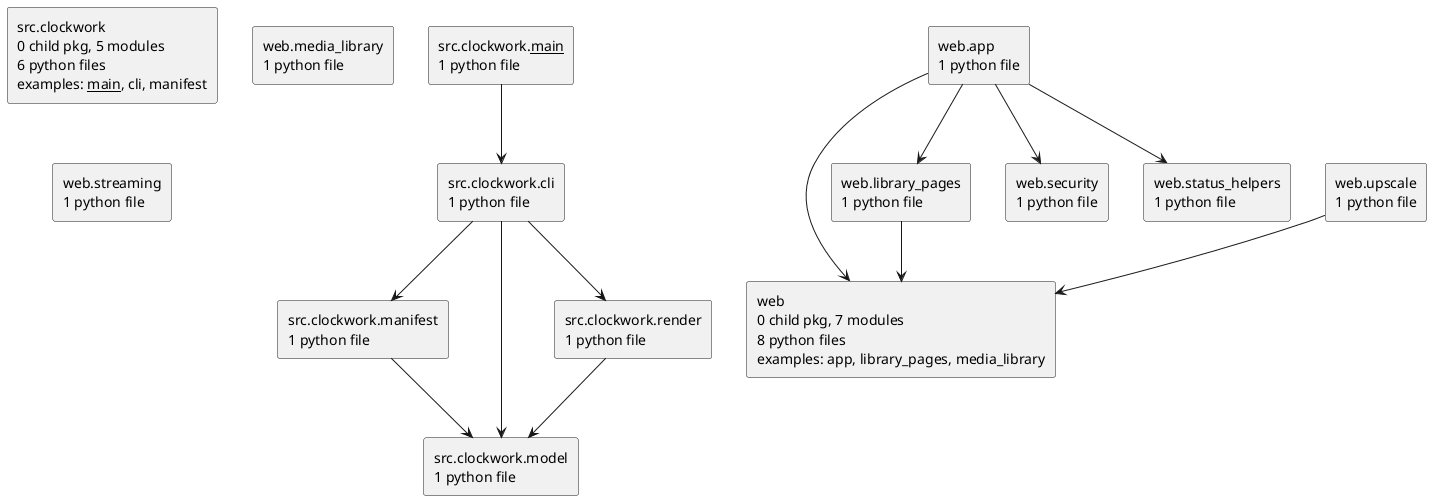
casonk/clockwork keeps this PlantUML diagram as docs/diagrams/python-packages.puml.png. Above is the earlier version.
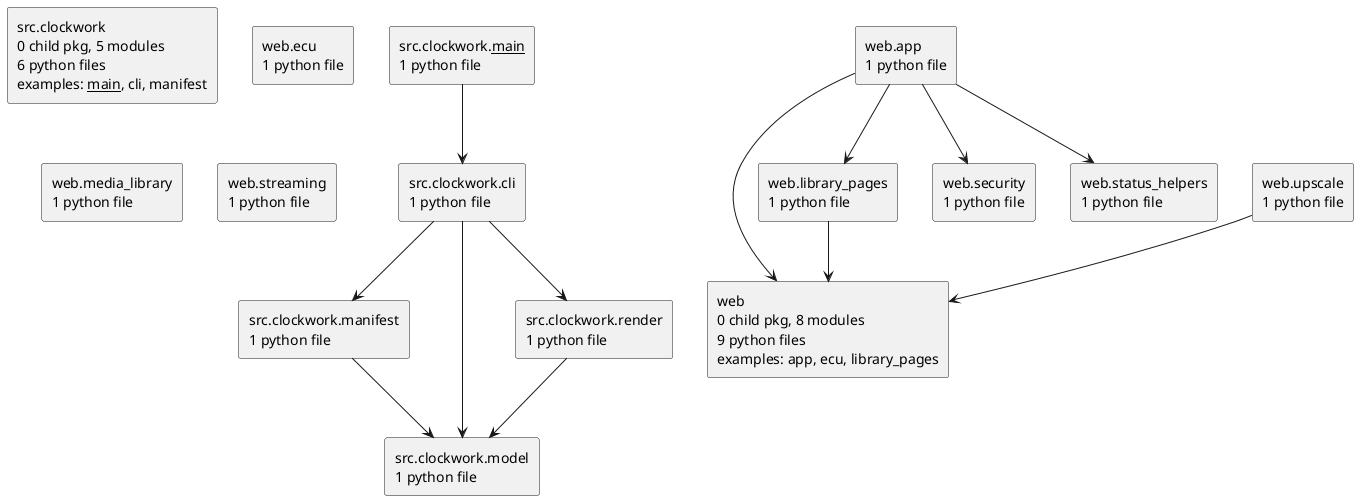
After the change.

Change to the diagram source:
```diff
@@ -1,4 +1,4 @@
-@startuml packages_clockwork
+@startuml packages_checkout
 set namespaceSeparator none
 top to bottom direction
 skinparam componentStyle rectangle
@@ -8,8 +8,9 @@
 rectangle "src.clockwork.manifest\n1 python file" as src.clockwork.manifest
 rectangle "src.clockwork.model\n1 python file" as src.clockwork.model
 rectangle "src.clockwork.render\n1 python file" as src.clockwork.render
-rectangle "web\n0 child pkg, 7 modules\n8 python files\nexamples: app, library_pages, media_library" as web
+rectangle "web\n0 child pkg, 8 modules\n9 python files\nexamples: app, ecu, library_pages" as web
 rectangle "web.app\n1 python file" as web.app
+rectangle "web.ecu\n1 python file" as web.ecu
 rectangle "web.library_pages\n1 python file" as web.library_pages
 rectangle "web.media_library\n1 python file" as web.media_library
 rectangle "web.security\n1 python file" as web.security
```
